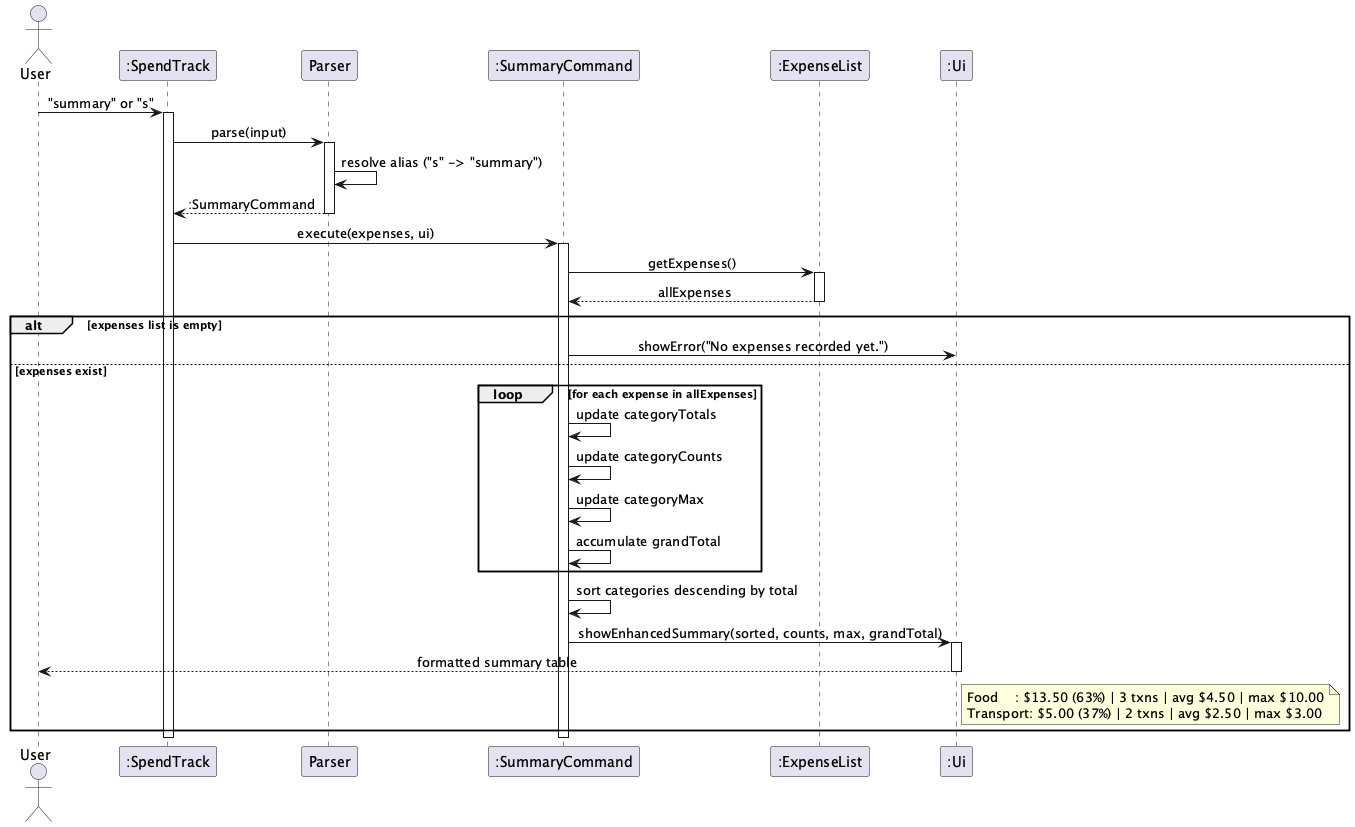
AbhijitBalajee/tp keeps this PlantUML diagram as docs/images/SummaryCommandSequence.png. Above is the earlier version.
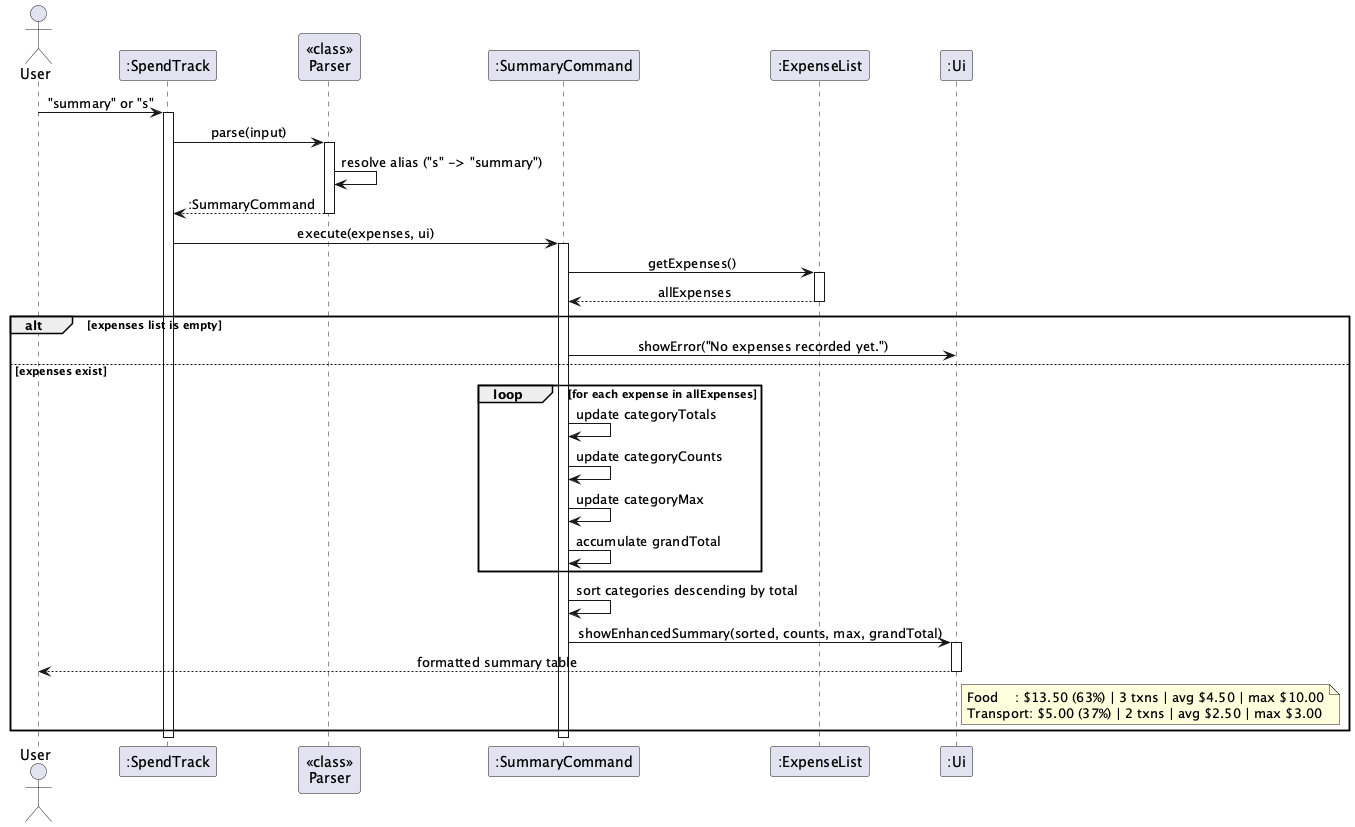
Later version of the same file.

Commit message:
fix: add <<class>> notation to static classes in sequence diagrams

Change to the diagram source:
```diff
@@ -5,7 +5,7 @@
 
 actor User
 participant ":SpendTrack" as ST
-participant "Parser" as P
+participant "<<class>>\nParser" as P
 participant ":SummaryCommand" as SC
 participant ":ExpenseList" as EL
 participant ":Ui" as UI
```
